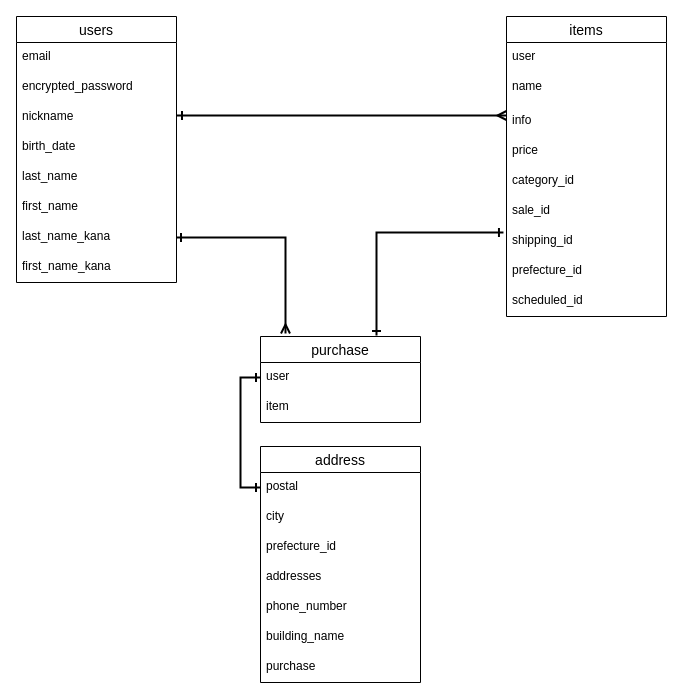
Earlier version of the draw.io diagram test.dio (jiji12874/furima-31963). Source tidied: cells renumbered, new cells numbered last; positions are measured from the earlier drawing's top-left corner, leaving out a move shared by most shapes. Both pictures are drawn from the tidied source at 100%, with x=0, y=0 at pixel (16, 16).
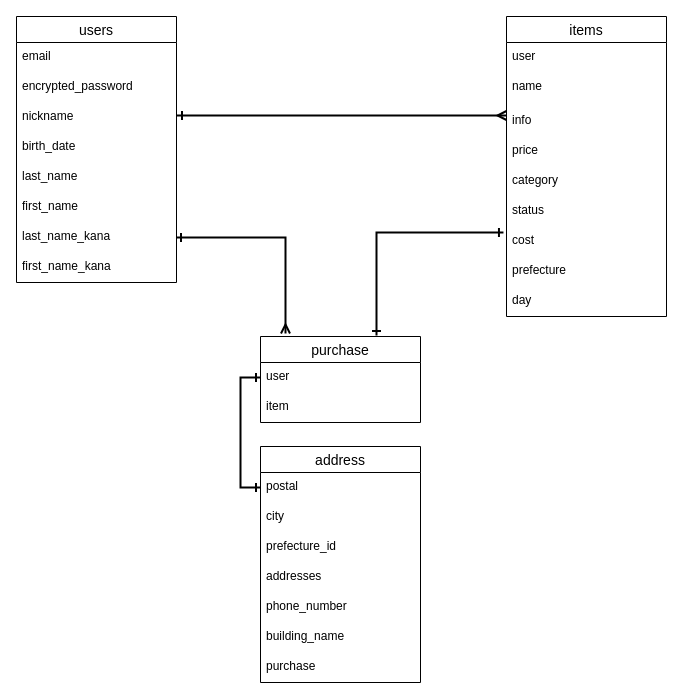
After the change.

Unchanged cells that the change refers to:
```xml
<mxCell id="19" value="items" style="swimlane;fontStyle=0;horizontal=1;startSize=26;align=center;fontSize=14;" parent="1" vertex="1">
  <mxGeometry x="490" width="160" height="300" as="geometry" />
</mxCell>
```

The edit, as a diff of the source:
```diff
@@
-    <mxCell id="24" value="category_id" style="text;strokeColor=none;fillColor=none;spacingLeft=4;spacingRight=4;overflow=hidden;fontSize=12;" parent="19" vertex="1">
+    <mxCell id="24" value="category" style="text;strokeColor=none;fillColor=none;spacingLeft=4;spacingRight=4;overflow=hidden;fontSize=12;" parent="19" vertex="1">
       <mxGeometry y="150" width="160" height="30" as="geometry" />
     </mxCell>
-    <mxCell id="25" value="sale_id" style="text;strokeColor=none;fillColor=none;spacingLeft=4;spacingRight=4;overflow=hidden;fontSize=12;" parent="19" vertex="1">
+    <mxCell id="25" value="status" style="text;strokeColor=none;fillColor=none;spacingLeft=4;spacingRight=4;overflow=hidden;fontSize=12;" parent="19" vertex="1">
       <mxGeometry y="180" width="160" height="30" as="geometry" />
     </mxCell>
-    <mxCell id="26" value="shipping_id" style="text;strokeColor=none;fillColor=none;spacingLeft=4;spacingRight=4;overflow=hidden;points=[[0,0.5],[1,0.5]];portConstraint=eastwest;fontSize=12;" parent="19" vertex="1">
+    <mxCell id="26" value="cost" style="text;strokeColor=none;fillColor=none;spacingLeft=4;spacingRight=4;overflow=hidden;points=[[0,0.5],[1,0.5]];portConstraint=eastwest;fontSize=12;" parent="19" vertex="1">
       <mxGeometry y="210" width="160" height="30" as="geometry" />
     </mxCell>
-    <mxCell id="27" value="prefecture_id" style="text;strokeColor=none;fillColor=none;spacingLeft=4;spacingRight=4;overflow=hidden;fontSize=12;" parent="19" vertex="1">
+    <mxCell id="27" value="prefecture" style="text;strokeColor=none;fillColor=none;spacingLeft=4;spacingRight=4;overflow=hidden;fontSize=12;" parent="19" vertex="1">
       <mxGeometry y="240" width="160" height="30" as="geometry" />
     </mxCell>
-    <mxCell id="28" value="scheduled_id" style="text;strokeColor=none;fillColor=none;spacingLeft=4;spacingRight=4;overflow=hidden;fontSize=12;" parent="19" vertex="1">
+    <mxCell id="28" value="day" style="text;strokeColor=none;fillColor=none;spacingLeft=4;spacingRight=4;overflow=hidden;fontSize=12;" parent="19" vertex="1">
       <mxGeometry y="270" width="160" height="30" as="geometry" />
     </mxCell>
```
